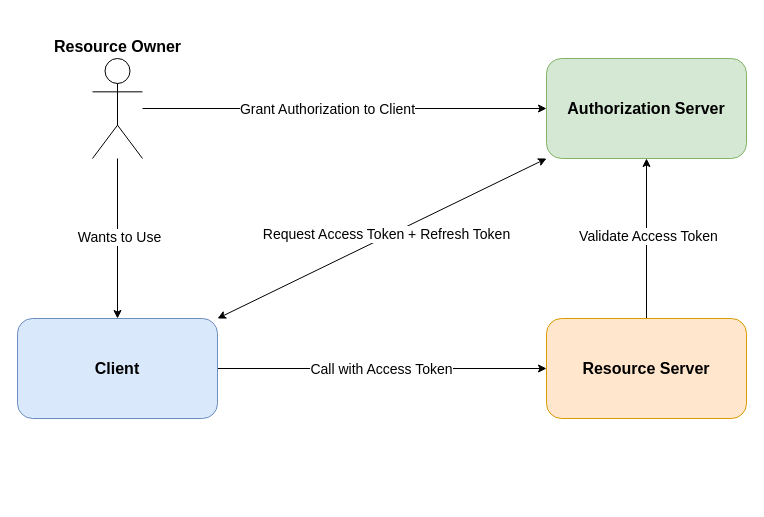
Earlier version of the draw.io diagram introduction/images/oauth_roles.drawio (andifalk/cloud-security-workshop). Source tidied: cells renumbered, new cells numbered last; positions are measured from the earlier drawing's top-left corner, leaving out a move shared by most shapes. Both pictures are drawn from the tidied source at 100%, with x=0, y=0 at pixel (17, 58).
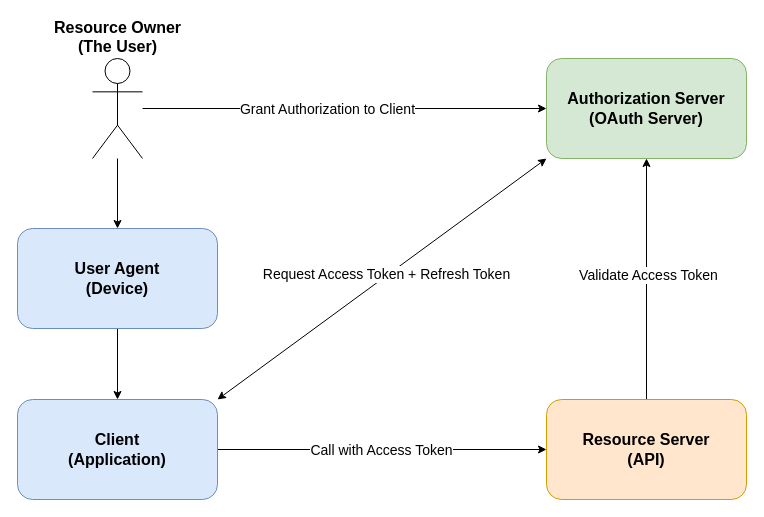
The same diagram, later.

Change to the diagram source:
```diff
@@
 <mxGraphModel>
   <root>
     <mxCell id="0" />
     <mxCell id="1" parent="0" />
     <mxCell id="2" style="edgeStyle=none;rounded=0;jettySize=auto;html=1;exitX=0;exitY=1;exitDx=0;exitDy=0;entryX=1;entryY=0;entryDx=0;entryDy=0;startArrow=classic;startFill=1;" parent="1" edge="1" source="4" target="15">
       <mxGeometry relative="1" as="geometry" />
     </mxCell>
     <mxCell id="3" value="&lt;font style=&quot;font-size: 14px;&quot;&gt;Request Access Token + Refresh Token&lt;/font&gt;" style="edgeLabel;html=1;align=center;verticalAlign=middle;" parent="2" vertex="1">
       <mxGeometry x="-0.03" y="-2" relative="1" as="geometry" />
     </mxCell>
-    <mxCell id="4" value="&lt;font style=&quot;font-size: 16px;&quot;&gt;&lt;b&gt;Authorization Server&lt;/b&gt;&lt;/font&gt;" style="rounded=1;whiteSpace=wrap;html=1;fillColor=#d5e8d4;strokeColor=#82b366;" parent="1" vertex="1">
+    <mxCell id="4" value="&lt;font style=&quot;font-size: 16px;&quot;&gt;&lt;b&gt;Authorization Server&lt;br&gt;(OAuth Server)&lt;br&gt;&lt;/b&gt;&lt;/font&gt;" style="rounded=1;whiteSpace=wrap;html=1;fillColor=#d5e8d4;strokeColor=#82b366;" parent="1" vertex="1">
       <mxGeometry x="529" width="200" height="100" as="geometry" />
     </mxCell>
-    <mxCell id="5" style="edgeStyle=orthogonalEdgeStyle;rounded=0;jettySize=auto;html=1;entryX=0.5;entryY=0;entryDx=0;entryDy=0;" parent="1" edge="1" source="9" target="15">
+    <mxCell id="5" style="edgeStyle=orthogonalEdgeStyle;rounded=0;jettySize=auto;html=1;entryX=0.5;entryY=0;entryDx=0;entryDy=0;" parent="1" edge="1" source="9" target="17">
       <mxGeometry relative="1" as="geometry" />
     </mxCell>
-    <mxCell id="6" value="&lt;font style=&quot;font-size: 14px;&quot;&gt;Wants to Use&lt;/font&gt;" style="edgeLabel;html=1;align=center;verticalAlign=middle;" parent="5" vertex="1">
-      <mxGeometry x="-0.03" y="1" relative="1" as="geometry" />
-    </mxCell>
     <mxCell id="7" style="edgeStyle=orthogonalEdgeStyle;rounded=0;jettySize=auto;html=1;entryX=0;entryY=0.5;entryDx=0;entryDy=0;" parent="1" edge="1" source="9" target="4">
       <mxGeometry relative="1" as="geometry" />
     </mxCell>
     <mxCell id="8" value="&lt;font style=&quot;font-size: 14px;&quot;&gt;Grant Authorization to Client&lt;/font&gt;" style="edgeLabel;html=1;align=center;verticalAlign=middle;" parent="7" vertex="1">
       <mxGeometry x="-0.27" relative="1" as="geometry">
         <mxPoint x="37" as="offset" />
       </mxGeometry>
     </mxCell>
-    <mxCell id="9" value="&lt;font style=&quot;font-size: 16px;&quot;&gt;&lt;b&gt;Resource Owner&lt;/b&gt;&lt;/font&gt;" style="shape=umlActor;verticalLabelPosition=top;verticalAlign=bottom;html=1;outlineConnect=0;labelPosition=center;align=center;" parent="1" vertex="1">
+    <mxCell id="9" value="&lt;font style=&quot;font-size: 16px;&quot;&gt;&lt;b&gt;Resource Owner&lt;br&gt;(The User)&lt;br&gt;&lt;/b&gt;&lt;/font&gt;" style="shape=umlActor;verticalLabelPosition=top;verticalAlign=bottom;html=1;outlineConnect=0;labelPosition=center;align=center;" parent="1" vertex="1">
       <mxGeometry x="75" width="50" height="100" as="geometry" />
     </mxCell>
     <mxCell id="10" style="edgeStyle=orthogonalEdgeStyle;rounded=0;jettySize=auto;html=1;entryX=0.5;entryY=1;entryDx=0;entryDy=0;" parent="1" edge="1" source="12" target="4">
       <mxGeometry relative="1" as="geometry" />
     </mxCell>
     <mxCell id="11" value="&lt;font style=&quot;font-size: 14px;&quot;&gt;Validate Access Token&lt;/font&gt;" style="edgeLabel;html=1;align=center;verticalAlign=middle;" parent="10" vertex="1">
       <mxGeometry x="0.04" y="-1" relative="1" as="geometry" />
     </mxCell>
-    <mxCell id="12" value="&lt;font style=&quot;font-size: 16px;&quot;&gt;&lt;b&gt;Resource Server&lt;/b&gt;&lt;/font&gt;" style="rounded=1;whiteSpace=wrap;html=1;fillColor=#ffe6cc;strokeColor=#d79b00;" parent="1" vertex="1">
-      <mxGeometry x="529" y="260" width="200" height="100" as="geometry" />
+    <mxCell id="12" value="&lt;font style=&quot;font-size: 16px;&quot;&gt;&lt;b&gt;Resource Server&lt;br&gt;(API)&lt;br&gt;&lt;/b&gt;&lt;/font&gt;" style="rounded=1;whiteSpace=wrap;html=1;fillColor=#ffe6cc;strokeColor=#d79b00;" parent="1" vertex="1">
+      <mxGeometry x="529" y="341" width="200" height="100" as="geometry" />
     </mxCell>
     <mxCell id="13" style="edgeStyle=orthogonalEdgeStyle;rounded=0;jettySize=auto;html=1;entryX=0;entryY=0.5;entryDx=0;entryDy=0;" parent="1" edge="1" source="15" target="12">
       <mxGeometry relative="1" as="geometry" />
     </mxCell>
     <mxCell id="14" value="&lt;font style=&quot;font-size: 14px;&quot;&gt;Call with Access Token&lt;/font&gt;" style="edgeLabel;html=1;align=center;verticalAlign=middle;" parent="13" vertex="1">
       <mxGeometry x="-0.16" relative="1" as="geometry">
         <mxPoint x="25" as="offset" />
       </mxGeometry>
     </mxCell>
-    <mxCell id="15" value="&lt;font style=&quot;font-size: 16px;&quot;&gt;&lt;b&gt;Client&lt;/b&gt;&lt;/font&gt;" style="rounded=1;whiteSpace=wrap;html=1;fillColor=#dae8fc;strokeColor=#6c8ebf;" parent="1" vertex="1">
-      <mxGeometry y="260" width="200" height="100" as="geometry" />
+    <mxCell id="15" value="&lt;font style=&quot;font-size: 16px;&quot;&gt;&lt;b&gt;Client&lt;br&gt;(Application)&lt;br&gt;&lt;/b&gt;&lt;/font&gt;" style="rounded=1;whiteSpace=wrap;html=1;fillColor=#dae8fc;strokeColor=#6c8ebf;" parent="1" vertex="1">
+      <mxGeometry y="341" width="200" height="100" as="geometry" />
     </mxCell>
+    <mxCell id="16" style="edgeStyle=orthogonalEdgeStyle;rounded=0;jettySize=auto;html=1;entryX=0.5;entryY=0;entryDx=0;entryDy=0;" parent="1" edge="1" source="17" target="15">
+      <mxGeometry relative="1" as="geometry" />
+    </mxCell>
+    <mxCell id="17" value="&lt;font style=&quot;font-size: 16px;&quot;&gt;&lt;b&gt;User Agent&lt;br&gt;(Device)&lt;br&gt;&lt;/b&gt;&lt;/font&gt;" style="rounded=1;whiteSpace=wrap;html=1;fillColor=#dae8fc;strokeColor=#6c8ebf;" parent="1" vertex="1">
+      <mxGeometry y="170" width="200" height="100" as="geometry" />
+    </mxCell>
   </root>
 </mxGraphModel>
```
